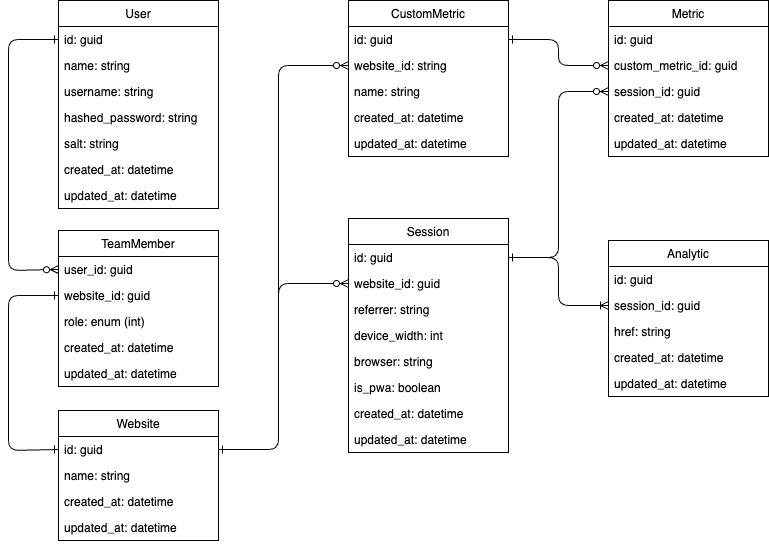
Before: documentation/database_schema.drawio.png, a diagram exported from draw.io (Nikditten/BachelorProjekt). Source tidied: cells renumbered, new cells last; positions are measured from the earlier drawing's top-left corner, leaving out a move shared by most shapes.
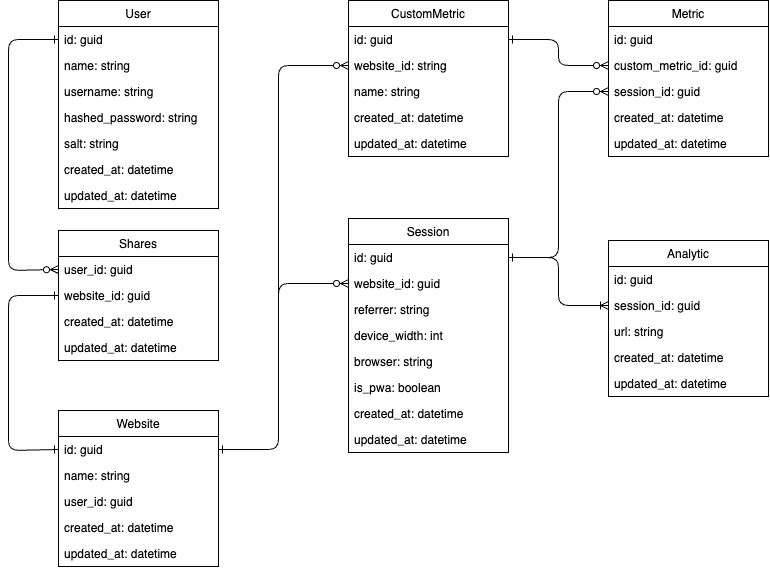
The same file after the commit.

Change to the diagram source:
```diff
@@ -54,7 +54,7 @@
       <mxGeometry y="208" width="160" height="26" as="geometry" />
     </mxCell>
     <mxCell id="19" value="Website" style="swimlane;fontStyle=0;horizontal=1;startSize=26;fillColor=none;" parent="1" vertex="1">
-      <mxGeometry x="50" y="410" width="160" height="130" as="geometry" />
+      <mxGeometry x="50" y="410" width="160" height="156" as="geometry" />
     </mxCell>
     <mxCell id="20" value="id: guid" style="text;strokeColor=none;fillColor=none;align=left;verticalAlign=top;spacingLeft=4;spacingRight=4;overflow=hidden;points=[[0,0.5],[1,0.5]];portConstraint=eastwest;" parent="19" vertex="1">
       <mxGeometry y="26" width="160" height="26" as="geometry" />
@@ -62,11 +62,14 @@
     <mxCell id="21" value="name: string" style="text;strokeColor=none;fillColor=none;align=left;verticalAlign=top;spacingLeft=4;spacingRight=4;overflow=hidden;" parent="19" vertex="1">
       <mxGeometry y="52" width="160" height="26" as="geometry" />
     </mxCell>
+    <mxCell id="55" value="user_id: guid" style="text;strokeColor=none;fillColor=none;align=left;verticalAlign=top;spacingLeft=4;spacingRight=4;overflow=hidden;" parent="19" vertex="1">
+      <mxGeometry y="78" width="160" height="26" as="geometry" />
+    </mxCell>
     <mxCell id="22" value="created_at: datetime" style="text;strokeColor=none;fillColor=none;align=left;verticalAlign=top;spacingLeft=4;spacingRight=4;overflow=hidden;" parent="19" vertex="1">
-      <mxGeometry y="78" width="160" height="26" as="geometry" />
+      <mxGeometry y="104" width="160" height="26" as="geometry" />
     </mxCell>
     <mxCell id="23" value="updated_at: datetime" style="text;strokeColor=none;fillColor=none;align=left;verticalAlign=top;spacingLeft=4;spacingRight=4;overflow=hidden;" parent="19" vertex="1">
-      <mxGeometry y="104" width="160" height="26" as="geometry" />
+      <mxGeometry y="130" width="160" height="26" as="geometry" />
     </mxCell>
     <mxCell id="24" value="CustomMetric" style="swimlane;fontStyle=0;horizontal=1;startSize=26;fillColor=none;" parent="1" vertex="1">
       <mxGeometry x="340" width="160" height="156" as="geometry" />
@@ -113,7 +116,7 @@
     <mxCell id="38" value="session_id: guid" style="text;strokeColor=none;fillColor=none;align=left;verticalAlign=top;spacingLeft=4;spacingRight=4;overflow=hidden;points=[[0,0.5],[1,0.5]];portConstraint=eastwest;" parent="36" vertex="1">
       <mxGeometry y="52" width="160" height="26" as="geometry" />
     </mxCell>
-    <mxCell id="39" value="href: string" style="text;strokeColor=none;fillColor=none;align=left;verticalAlign=top;spacingLeft=4;spacingRight=4;overflow=hidden;" parent="36" vertex="1">
+    <mxCell id="39" value="url: string" style="text;strokeColor=none;fillColor=none;align=left;verticalAlign=top;spacingLeft=4;spacingRight=4;overflow=hidden;" parent="36" vertex="1">
       <mxGeometry y="78" width="160" height="26" as="geometry" />
     </mxCell>
     <mxCell id="40" value="created_at: datetime" style="text;strokeColor=none;fillColor=none;align=left;verticalAlign=top;spacingLeft=4;spacingRight=4;overflow=hidden;" parent="36" vertex="1">
@@ -122,8 +125,8 @@
     <mxCell id="41" value="updated_at: datetime" style="text;strokeColor=none;fillColor=none;align=left;verticalAlign=top;spacingLeft=4;spacingRight=4;overflow=hidden;" parent="36" vertex="1">
       <mxGeometry y="130" width="160" height="26" as="geometry" />
     </mxCell>
-    <mxCell id="42" value="TeamMember" style="swimlane;fontStyle=0;horizontal=1;startSize=26;fillColor=none;" parent="1" vertex="1">
-      <mxGeometry x="50" y="230" width="160" height="156" as="geometry" />
+    <mxCell id="42" value="Shares" style="swimlane;fontStyle=0;horizontal=1;startSize=26;fillColor=none;" parent="1" vertex="1">
+      <mxGeometry x="50" y="230" width="160" height="130" as="geometry" />
     </mxCell>
     <mxCell id="43" value="user_id: guid" style="text;strokeColor=none;fillColor=none;align=left;verticalAlign=top;spacingLeft=4;spacingRight=4;overflow=hidden;points=[[0,0.5],[1,0.5]];portConstraint=eastwest;" parent="42" vertex="1">
       <mxGeometry y="26" width="160" height="26" as="geometry" />
@@ -131,14 +134,11 @@
     <mxCell id="44" value="website_id: guid" style="text;strokeColor=none;fillColor=none;align=left;verticalAlign=top;spacingLeft=4;spacingRight=4;overflow=hidden;points=[[0,0.5],[1,0.5]];portConstraint=eastwest;" parent="42" vertex="1">
       <mxGeometry y="52" width="160" height="26" as="geometry" />
     </mxCell>
-    <mxCell id="45" value="role: enum (int)" style="text;strokeColor=none;fillColor=none;align=left;verticalAlign=top;spacingLeft=4;spacingRight=4;overflow=hidden;" parent="42" vertex="1">
-      <mxGeometry y="78" width="160" height="26" as="geometry" />
-    </mxCell>
     <mxCell id="46" value="created_at: datetime" style="text;strokeColor=none;fillColor=none;align=left;verticalAlign=top;spacingLeft=4;spacingRight=4;overflow=hidden;" parent="42" vertex="1">
-      <mxGeometry y="104" width="160" height="26" as="geometry" />
+      <mxGeometry y="78" width="160" height="26" as="geometry" />
     </mxCell>
     <mxCell id="47" value="updated_at: datetime" style="text;strokeColor=none;fillColor=none;align=left;verticalAlign=top;spacingLeft=4;spacingRight=4;overflow=hidden;" parent="42" vertex="1">
-      <mxGeometry y="130" width="160" height="26" as="geometry" />
+      <mxGeometry y="104" width="160" height="26" as="geometry" />
     </mxCell>
     <mxCell id="48" style="edgeStyle=none;html=1;exitX=0;exitY=0.5;exitDx=0;exitDy=0;entryX=0;entryY=0.5;entryDx=0;entryDy=0;endArrow=ERone;endFill=0;startArrow=ERone;startFill=0;" parent="1" edge="1" source="44" target="20">
       <mxGeometry relative="1" as="geometry">
```
